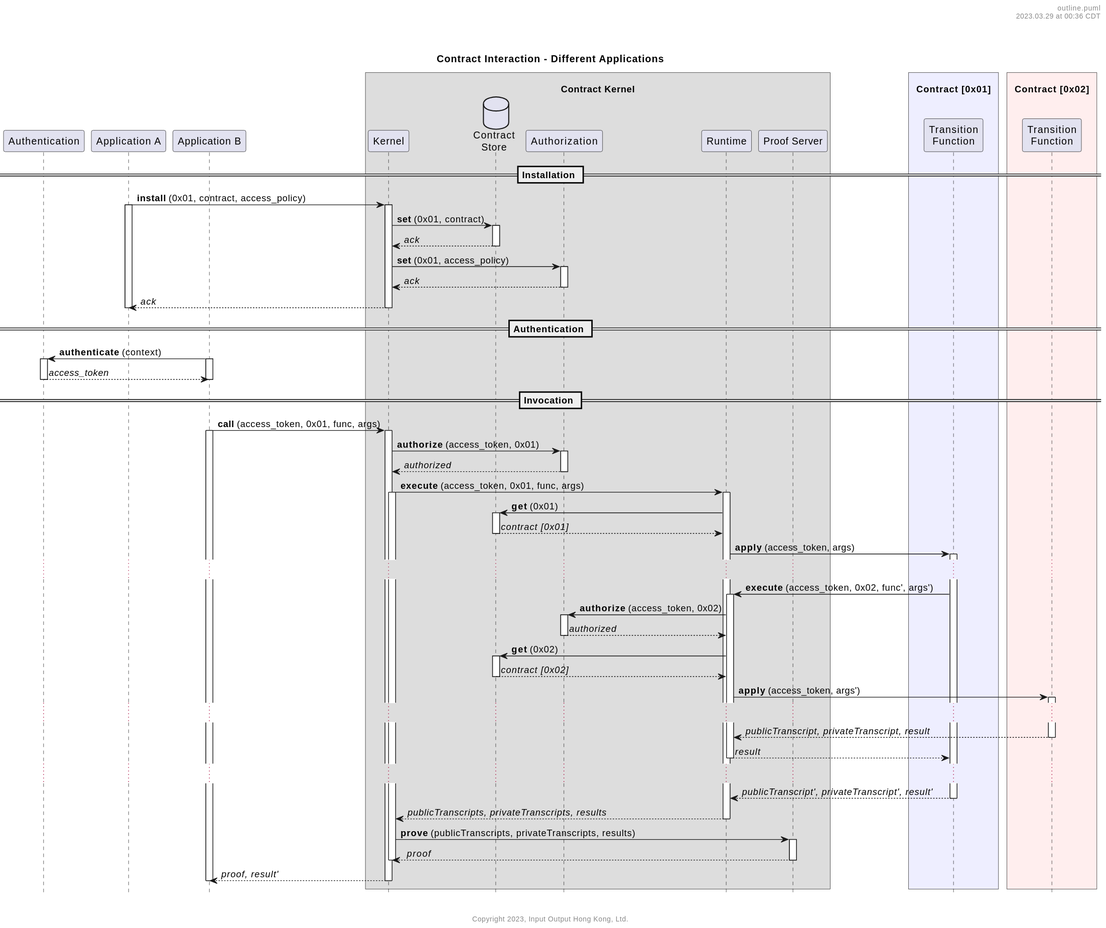
Above: user-flows/contract-interaction/contract-kernel/two-contracts-two-apps.svg in midnightntwrk/midnight-architecture (PlantUML), before the change.
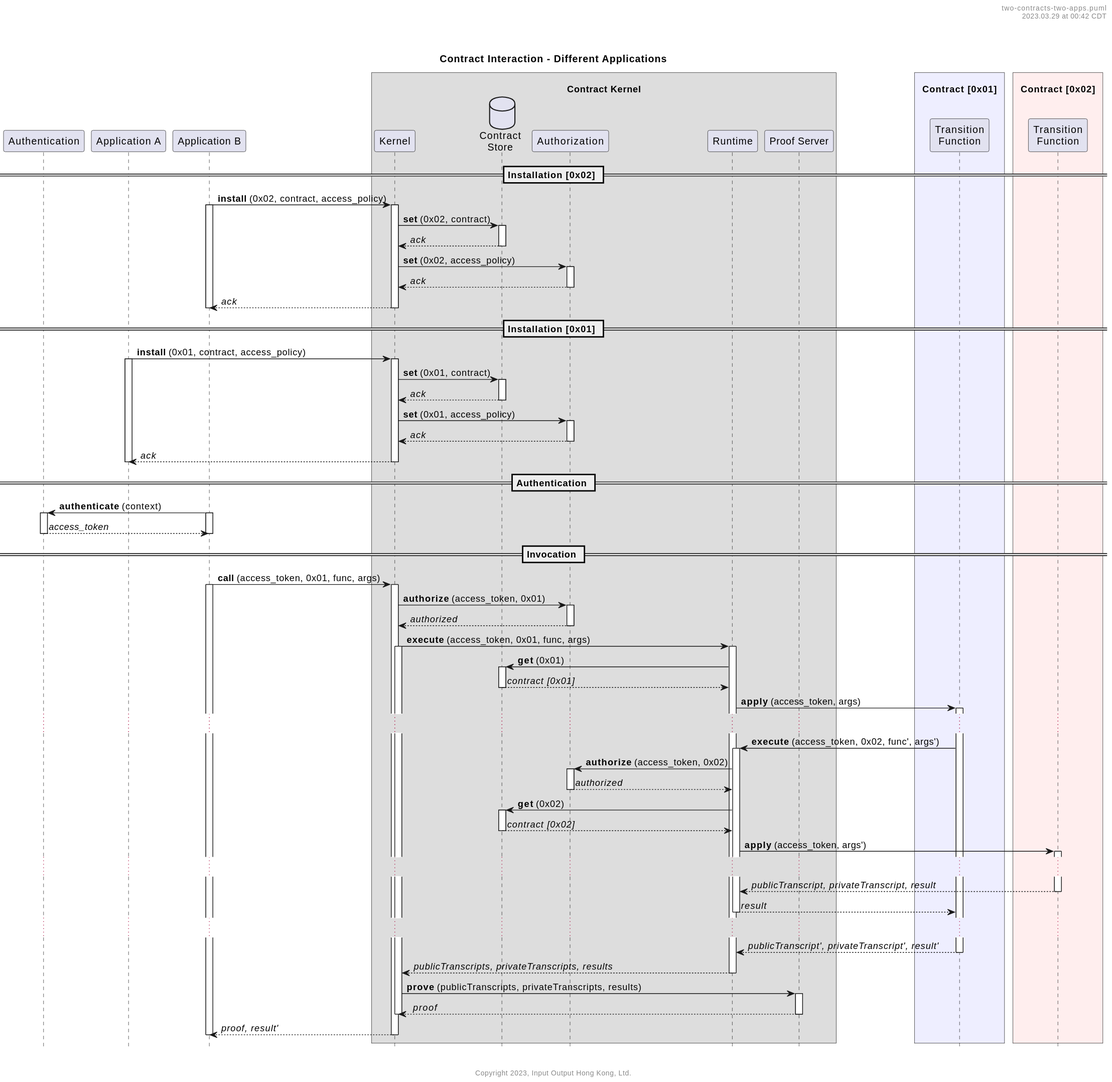
Later version of the same file.

Commit message:
Second draft of contract kernel sequence diagram

What changed in the source:
```diff
@@ -21,7 +21,18 @@
   participant "Transition\nFunction" as transFuncD
 end box
 
-== Installation ==
+== Installation [0x02] ==
+
+B -> kernel ++ : **install** (0x02, contract, access_policy)
+  activate B
+  kernel -> contracts ++ : **set** (0x02, contract)
+  return //ack//
+  kernel -> authorization ++ : **set** (0x02, access_policy)
+  return //ack//
+return //ack//
+deactivate B
+
+== Installation [0x01] ==
 
 A -> kernel ++ : **install** (0x01, contract, access_policy)
   activate A
```
